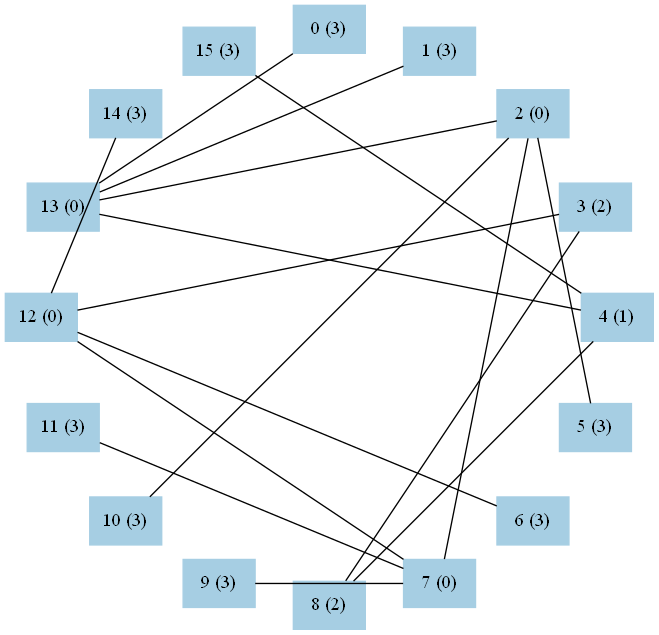
Earlier version of the Graphviz export graph2.png (kohinigeee/kenkyuu). Its source is kept beside it as graph2.dot. Source of this version:
```dot
graph test2 {
	graph [
		charset="utf-8",
		layout=neato
	];
	node [
		shape=box;
		style="solid, filled"
		colorscheme = paired12	];

	subgraph cluster_sub0 {
	node[ color=1 ]
	0[
		pos="5.000, 3.000!",
		label="0 (2)"
	]
	1[
		pos="6.148, 2.772!",
		label="1 (3)"
	]
	2[
		pos="7.121, 2.121!",
		label="2 (3)"
	]
	3[
		pos="7.772, 1.148!",
		label="3 (1)"
	]
	4[
		pos="8.000, 0.000!",
		label="4 (2)"
	]
	5[
		pos="7.772, -1.148!",
		label="5 (3)"
	]
	6[
		pos="7.121, -2.121!",
		label="6 (0)"
	]
	7[
		pos="6.148, -2.772!",
		label="7 (0)"
	]
	8[
		pos="5.000, -3.000!",
		label="8 (0)"
	]
	9[
		pos="3.852, -2.772!",
		label="9 (3)"
	]
	10[
		pos="2.879, -2.121!",
		label="10 (3)"
	]
	11[
		pos="2.228, -1.148!",
		label="11 (3)"
	]
	12[
		pos="2.000, 0.000!",
		label="12 (2)"
	]
	13[
		pos="2.228, 1.148!",
		label="13 (2)"
	]
	14[
		pos="2.879, 2.121!",
		label="14 (3)"
	]
	15[
		pos="3.852, 2.772!",
		label="15 (2)"
	]
	}

	0--12
	0--7
	1--7
	2--7
	3--6
	3--10
	3--14
	4--9
	4--8
	5--8
	6--8
	6--13
	6--11
	7--8
	12--15
	13--15
}
```
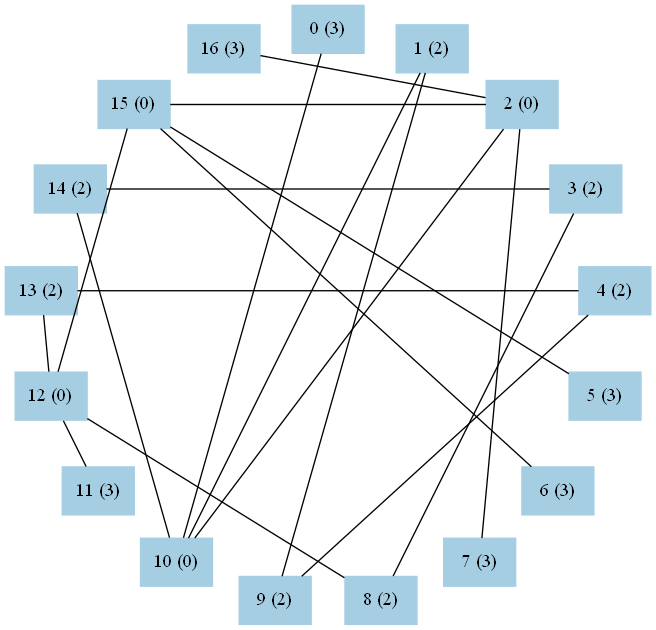
The same diagram one commit later.

Change to the diagram source:
```diff
@@ -12,84 +12,156 @@
 	node[ color=1 ]
 	0[
 		pos="5.000, 3.000!",
-		label="0 (2)"
+		label="0 (1)"
 	]
 	1[
-		pos="6.148, 2.772!",
-		label="1 (3)"
+		pos="5.668, 2.925!",
+		label="1 (1)"
 	]
 	2[
-		pos="7.121, 2.121!",
-		label="2 (3)"
+		pos="6.302, 2.703!",
+		label="2 (1)"
 	]
 	3[
-		pos="7.772, 1.148!",
+		pos="6.870, 2.345!",
 		label="3 (1)"
 	]
 	4[
-		pos="8.000, 0.000!",
-		label="4 (2)"
+		pos="7.345, 1.870!",
+		label="4 (1)"
 	]
 	5[
-		pos="7.772, -1.148!",
-		label="5 (3)"
+		pos="7.703, 1.302!",
+		label="5 (1)"
 	]
 	6[
-		pos="7.121, -2.121!",
-		label="6 (0)"
+		pos="7.925, 0.668!",
+		label="6 (1)"
 	]
 	7[
-		pos="6.148, -2.772!",
-		label="7 (0)"
+		pos="8.000, -0.000!",
+		label="7 (1)"
 	]
 	8[
-		pos="5.000, -3.000!",
-		label="8 (0)"
+		pos="7.925, -0.668!",
+		label="8 (1)"
 	]
 	9[
-		pos="3.852, -2.772!",
-		label="9 (3)"
+		pos="7.703, -1.302!",
+		label="9 (1)"
 	]
 	10[
-		pos="2.879, -2.121!",
-		label="10 (3)"
+		pos="7.345, -1.870!",
+		label="10 (1)"
 	]
 	11[
-		pos="2.228, -1.148!",
-		label="11 (3)"
+		pos="6.870, -2.345!",
+		label="11 (1)"
 	]
 	12[
-		pos="2.000, 0.000!",
-		label="12 (2)"
+		pos="6.302, -2.703!",
+		label="12 (1)"
 	]
 	13[
-		pos="2.228, 1.148!",
-		label="13 (2)"
+		pos="5.668, -2.925!",
+		label="13 (1)"
 	]
 	14[
-		pos="2.879, 2.121!",
-		label="14 (3)"
+		pos="5.000, -3.000!",
+		label="14 (1)"
 	]
 	15[
-		pos="3.852, 2.772!",
-		label="15 (2)"
+		pos="4.332, -2.925!",
+		label="15 (1)"
+	]
+	16[
+		pos="3.698, -2.703!",
+		label="16 (1)"
+	]
+	17[
+		pos="3.130, -2.345!",
+		label="17 (2)"
+	]
+	18[
+		pos="2.655, -1.870!",
+		label="18 (1)"
+	]
+	19[
+		pos="2.297, -1.302!",
+		label="19 (1)"
+	]
+	20[
+		pos="2.075, -0.668!",
+		label="20 (1)"
+	]
+	21[
+		pos="2.000, -0.000!",
+		label="21 (1)"
+	]
+	22[
+		pos="2.075, 0.668!",
+		label="22 (1)"
+	]
+	23[
+		pos="2.297, 1.302!",
+		label="23 (1)"
+	]
+	24[
+		pos="2.655, 1.870!",
+		label="24 (2)"
+	]
+	25[
+		pos="3.130, 2.345!",
+		label="25 (1)"
+	]
+	26[
+		pos="3.698, 2.703!",
+		label="26 (2)"
+	]
+	27[
+		pos="4.332, 2.925!",
+		label="27 (2)"
 	]
 	}
 
-	0--12
-	0--7
+	0--8
+	0--24
+	0--9
 	1--7
-	2--7
-	3--6
-	3--10
+	1--24
+	1--12
+	2--11
+	2--22
+	2--12
+	3--20
 	3--14
-	4--9
-	4--8
-	5--8
-	6--8
-	6--13
-	6--11
-	7--8
-	12--15
-	13--15
+	3--9
+	4--6
+	4--23
+	4--12
+	5--16
+	5--19
+	5--6
+	6--14
+	7--25
+	7--19
+	8--17
+	8--10
+	9--15
+	10--13
+	10--21
+	11--18
+	11--21
+	13--26
+	13--23
+	14--27
+	15--23
+	15--18
+	16--17
+	16--22
+	18--19
+	20--22
+	20--25
+	21--27
+	25--26
 }
```
